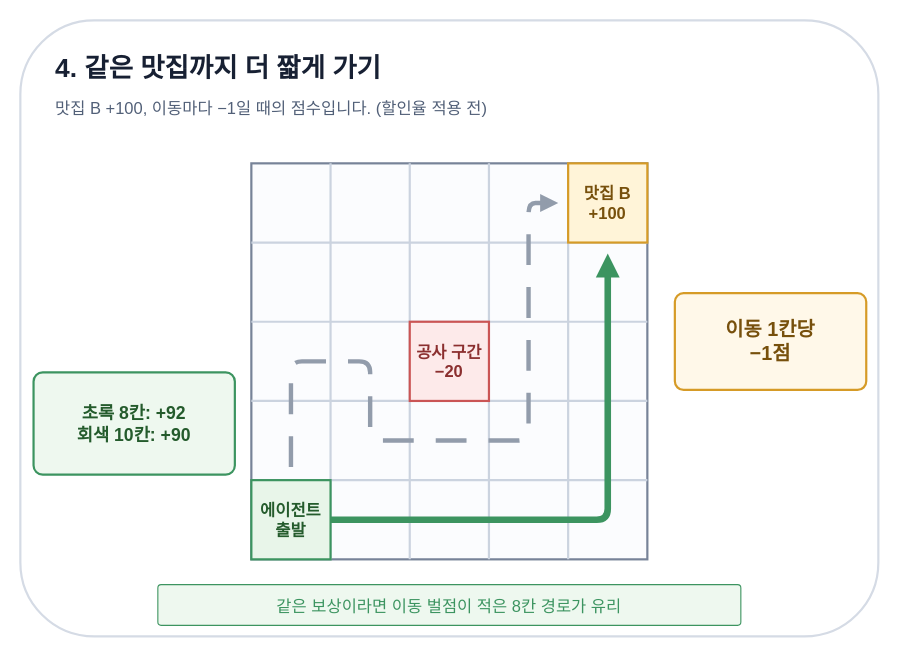
This is page "4 짧은 경로" (4 of 4) of site/src/assets/diagrams/restaurant-reinforcement-learning.drawio from jongbob1918/jongbob1918.github.io, a draw.io file, before an edit. Source tidied: cells renumbered, new cells numbered last; positions are measured from the earlier drawing's top-left corner, leaving out a move shared by most shapes. Both pictures are drawn from the tidied source at 110%, with x=0, y=0 at pixel (20, 20).
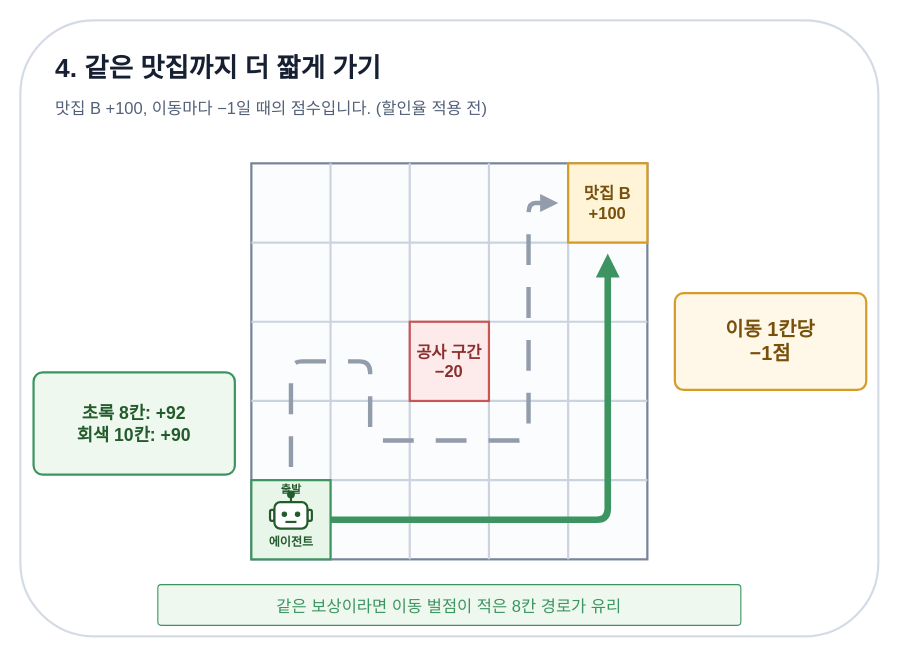
After the change.

Change to the diagram source:
```diff
@@
-    <mxCell id="17" value="에이전트&#10;출발" style="rounded=0;arcSize=0;whiteSpace=wrap;html=1;fillColor=#e8f5e9;strokeColor=#3c9460;strokeWidth=2;fontSize=15;fontColor=#245b2c;fontStyle=1;align=center;verticalAlign=middle;" parent="1" vertex="1">
+    <mxCell id="17" style="rounded=0;arcSize=0;whiteSpace=wrap;html=1;fillColor=#e8f5e9;strokeColor=#3c9460;strokeWidth=2;fontSize=15;fontColor=#245b2c;fontStyle=1;align=center;verticalAlign=middle;" parent="1" vertex="1">
       <mxGeometry x="210" y="418" width="72" height="72" as="geometry" />
     </mxCell>
@@
+    <mxCell id="22" value="출발" style="text;html=1;strokeColor=none;fillColor=none;align=center;verticalAlign=middle;fontSize=10;fontColor=#245b2c;fontStyle=1;" parent="1" vertex="1">
+      <mxGeometry x="213" y="419" width="66" height="14" as="geometry" />
+    </mxCell>
+    <mxCell id="23" style="endArrow=none;html=1;strokeColor=#245b2c;strokeWidth=2;" parent="1" edge="1">
+      <mxGeometry relative="1" as="geometry">
+        <mxPoint x="246" y="432" as="sourcePoint" />
+        <mxPoint x="246" y="438" as="targetPoint" />
+      </mxGeometry>
+    </mxCell>
+    <mxCell id="24" style="ellipse;whiteSpace=wrap;html=1;fillColor=#245b2c;strokeColor=#245b2c;strokeWidth=1;" parent="1" vertex="1">
+      <mxGeometry x="243" y="428" width="6" height="6" as="geometry" />
+    </mxCell>
+    <mxCell id="25" style="rounded=1;arcSize=40;fillColor=#ffffff;strokeColor=#245b2c;strokeWidth=2;" parent="1" vertex="1">
+      <mxGeometry x="227" y="445" width="4" height="10" as="geometry" />
+    </mxCell>
+    <mxCell id="26" style="rounded=1;arcSize=40;fillColor=#ffffff;strokeColor=#245b2c;strokeWidth=2;" parent="1" vertex="1">
+      <mxGeometry x="261" y="445" width="4" height="10" as="geometry" />
+    </mxCell>
+    <mxCell id="27" style="rounded=1;arcSize=22;fillColor=#ffffff;strokeColor=#245b2c;strokeWidth=2;" parent="1" vertex="1">
+      <mxGeometry x="231" y="438" width="30" height="24" as="geometry" />
+    </mxCell>
+    <mxCell id="28" style="ellipse;fillColor=#245b2c;strokeColor=#245b2c;strokeWidth=1;" parent="1" vertex="1">
+      <mxGeometry x="238" y="447" width="4" height="4" as="geometry" />
+    </mxCell>
+    <mxCell id="29" style="ellipse;fillColor=#245b2c;strokeColor=#245b2c;strokeWidth=1;" parent="1" vertex="1">
+      <mxGeometry x="250" y="447" width="4" height="4" as="geometry" />
+    </mxCell>
+    <mxCell id="30" style="endArrow=none;html=1;strokeColor=#245b2c;strokeWidth=2;" parent="1" edge="1">
+      <mxGeometry relative="1" as="geometry">
+        <mxPoint x="241" y="456" as="sourcePoint" />
+        <mxPoint x="251" y="456" as="targetPoint" />
+      </mxGeometry>
+    </mxCell>
+    <mxCell id="31" value="에이전트" style="text;html=1;strokeColor=none;fillColor=none;align=center;verticalAlign=middle;fontSize=11;fontColor=#245b2c;fontStyle=1;" parent="1" vertex="1">
+      <mxGeometry x="214" y="464" width="64" height="19" as="geometry" />
+    </mxCell>
```
